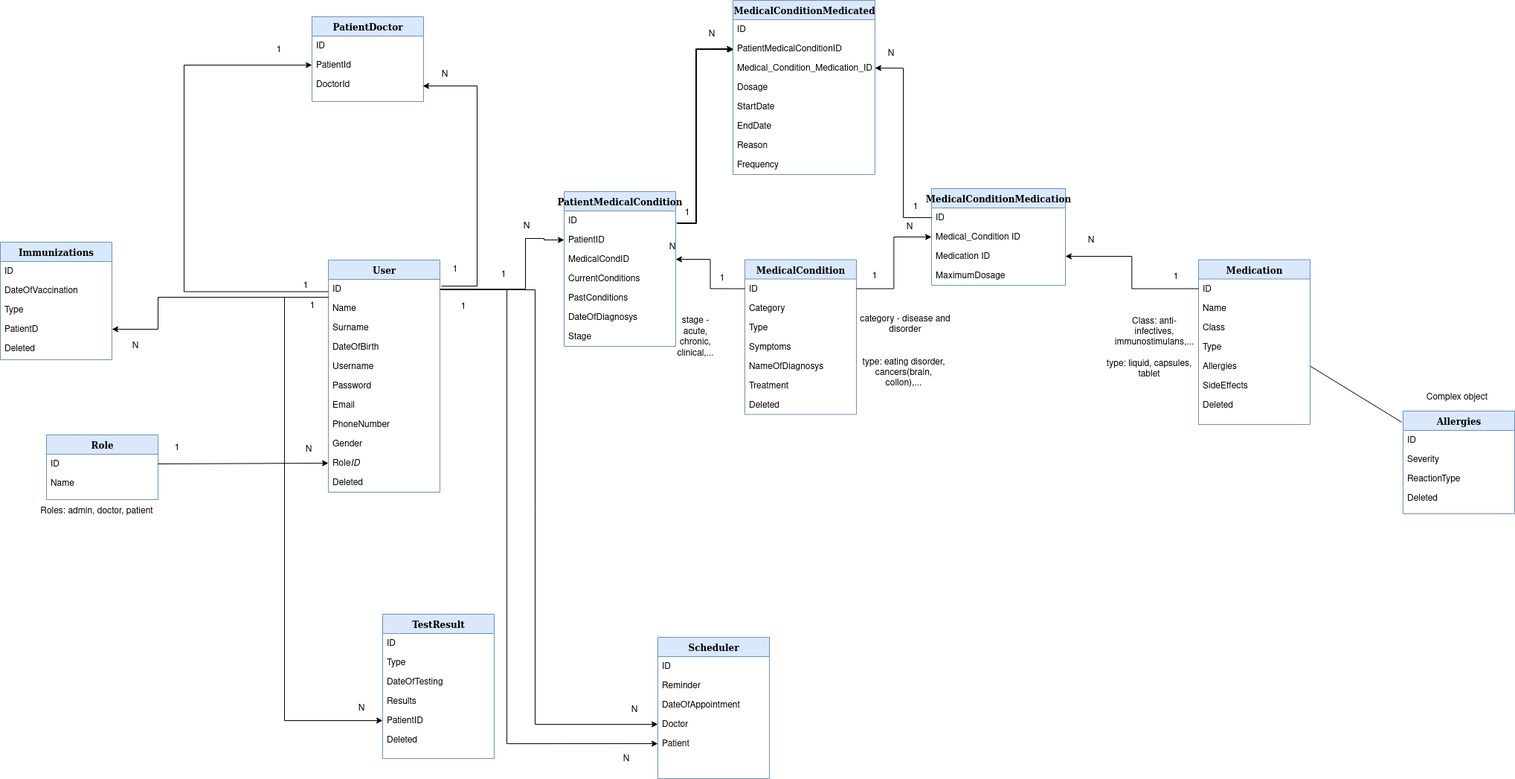
Above: HygieiaDataModel.png in AndelaDujmov/Hygieia (draw.io), before the change. Source tidied: cells renumbered, new cells last; positions are measured from the earlier drawing's top-left corner, leaving out a move shared by most shapes.
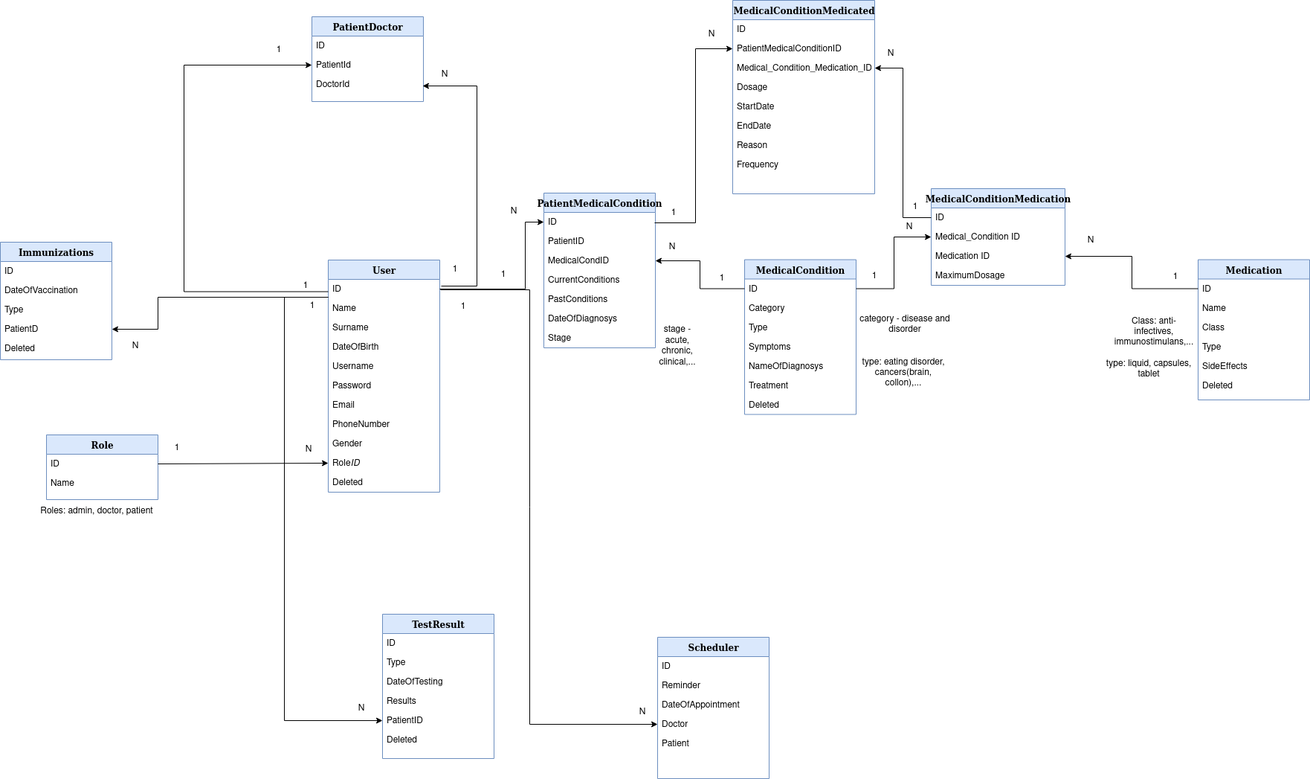
After the commit.

Diff of the diagram source:
```diff
@@ -72,7 +72,7 @@
       <mxGeometry y="182" width="150" height="26" as="geometry" />
     </mxCell>
     <mxCell id="25" value="Medication" style="swimlane;html=1;fontStyle=1;align=center;verticalAlign=top;horizontal=1;startSize=26;swimlaneFillColor=#ffffff;rounded=0;shadow=0;comic=0;labelBackgroundColor=none;strokeWidth=1;fillColor=#dae8fc;fontFamily=Verdana;fontSize=12;strokeColor=#6c8ebf;" parent="1" vertex="1">
-      <mxGeometry x="1611" y="348.5" width="150" height="221.5" as="geometry" />
+      <mxGeometry x="1611" y="348.5" width="150" height="188.5" as="geometry" />
     </mxCell>
     <mxCell id="26" value="ID" style="text;html=1;strokeColor=none;fillColor=none;align=left;verticalAlign=top;spacingLeft=4;spacingRight=4;whiteSpace=wrap;overflow=hidden;points=[[0,0.5],[1,0.5]];portConstraint=eastwest;" parent="25" vertex="1">
       <mxGeometry y="26" width="150" height="26" as="geometry" />
@@ -86,30 +86,12 @@
     <mxCell id="29" value="Type" style="text;html=1;strokeColor=none;fillColor=none;align=left;verticalAlign=top;spacingLeft=4;spacingRight=4;whiteSpace=wrap;overflow=hidden;" parent="25" vertex="1">
       <mxGeometry y="104" width="150" height="26" as="geometry" />
     </mxCell>
-    <mxCell id="30" value="Allergies" style="text;html=1;strokeColor=none;fillColor=none;align=left;verticalAlign=top;spacingLeft=4;spacingRight=4;whiteSpace=wrap;overflow=hidden;points=[[0,0.5],[1,0.5]];portConstraint=eastwest;" parent="25" vertex="1">
-      <mxGeometry y="130" width="150" height="26" as="geometry" />
-    </mxCell>
     <mxCell id="31" value="SideEffects" style="text;html=1;strokeColor=none;fillColor=none;align=left;verticalAlign=top;spacingLeft=4;spacingRight=4;whiteSpace=wrap;overflow=hidden;" parent="25" vertex="1">
-      <mxGeometry y="156" width="150" height="26" as="geometry" />
+      <mxGeometry y="130" width="150" height="26" as="geometry" />
     </mxCell>
     <mxCell id="32" value="Deleted" style="text;html=1;strokeColor=none;fillColor=none;align=left;verticalAlign=top;spacingLeft=4;spacingRight=4;whiteSpace=wrap;overflow=hidden;" parent="25" vertex="1">
-      <mxGeometry y="182" width="150" height="26" as="geometry" />
+      <mxGeometry y="156" width="150" height="26" as="geometry" />
     </mxCell>
-    <mxCell id="33" value="Allergies" style="swimlane;html=1;fontStyle=1;align=center;verticalAlign=top;horizontal=1;startSize=26;swimlaneFillColor=#ffffff;rounded=0;shadow=0;comic=0;labelBackgroundColor=none;strokeWidth=1;fillColor=#dae8fc;fontFamily=Verdana;fontSize=12;strokeColor=#6c8ebf;" parent="1" vertex="1">
-      <mxGeometry x="1886" y="552" width="150" height="138" as="geometry" />
-    </mxCell>
-    <mxCell id="34" value="ID" style="text;html=1;strokeColor=none;fillColor=none;align=left;verticalAlign=top;spacingLeft=4;spacingRight=4;whiteSpace=wrap;overflow=hidden;" parent="33" vertex="1">
-      <mxGeometry y="26" width="150" height="26" as="geometry" />
-    </mxCell>
-    <mxCell id="35" value="Severity" style="text;html=1;strokeColor=none;fillColor=none;align=left;verticalAlign=top;spacingLeft=4;spacingRight=4;whiteSpace=wrap;overflow=hidden;" parent="33" vertex="1">
-      <mxGeometry y="52" width="150" height="26" as="geometry" />
-    </mxCell>
-    <mxCell id="36" value="ReactionType" style="text;html=1;strokeColor=none;fillColor=none;align=left;verticalAlign=top;spacingLeft=4;spacingRight=4;whiteSpace=wrap;overflow=hidden;" parent="33" vertex="1">
-      <mxGeometry y="78" width="150" height="26" as="geometry" />
-    </mxCell>
-    <mxCell id="37" value="Deleted" style="text;html=1;strokeColor=none;fillColor=none;align=left;verticalAlign=top;spacingLeft=4;spacingRight=4;whiteSpace=wrap;overflow=hidden;" parent="33" vertex="1">
-      <mxGeometry y="104" width="150" height="26" as="geometry" />
-    </mxCell>
     <mxCell id="38" value="TestResult" style="swimlane;html=1;fontStyle=1;align=center;verticalAlign=top;horizontal=1;startSize=26;swimlaneFillColor=#ffffff;rounded=0;shadow=0;comic=0;labelBackgroundColor=none;strokeWidth=1;fillColor=#dae8fc;fontFamily=Verdana;fontSize=12;strokeColor=#6c8ebf;" parent="1" vertex="1">
       <mxGeometry x="514" y="825" width="150" height="194" as="geometry" />
     </mxCell>
@@ -150,7 +132,7 @@
       <mxGeometry y="130" width="150" height="26" as="geometry" />
     </mxCell>
     <mxCell id="51" value="PatientMedicalCondition" style="swimlane;html=1;fontStyle=1;align=center;verticalAlign=top;horizontal=1;startSize=26;swimlaneFillColor=#ffffff;rounded=0;shadow=0;comic=0;labelBackgroundColor=none;strokeWidth=1;fillColor=#dae8fc;fontFamily=Verdana;fontSize=12;strokeColor=#6c8ebf;" parent="1" vertex="1">
-      <mxGeometry x="758" y="257" width="150" height="208" as="geometry" />
+      <mxGeometry x="731" y="259" width="150" height="208" as="geometry" />
     </mxCell>
     <mxCell id="52" value="ID" style="text;html=1;strokeColor=none;fillColor=none;align=left;verticalAlign=top;spacingLeft=4;spacingRight=4;whiteSpace=wrap;overflow=hidden;points=[[0,0.5],[1,0.5]];portConstraint=eastwest;" parent="51" vertex="1">
       <mxGeometry y="26" width="150" height="26" as="geometry" />
@@ -173,12 +155,11 @@
     <mxCell id="58" value="Stage" style="text;html=1;strokeColor=none;fillColor=none;align=left;verticalAlign=top;spacingLeft=4;spacingRight=4;whiteSpace=wrap;overflow=hidden;" parent="51" vertex="1">
       <mxGeometry y="182" width="150" height="26" as="geometry" />
     </mxCell>
-    <mxCell id="59" style="endArrow=classic;html=1;rounded=0;exitX=1;exitY=0.5;exitDx=0;exitDy=0;entryX=0;entryY=0.5;entryDx=0;entryDy=0;edgeStyle=orthogonalEdgeStyle;" parent="1" edge="1" source="3" target="53">
+    <mxCell id="59" style="endArrow=classic;html=1;rounded=0;exitX=1;exitY=0.5;exitDx=0;exitDy=0;entryX=0;entryY=0.5;entryDx=0;entryDy=0;edgeStyle=orthogonalEdgeStyle;" parent="1" edge="1" source="3" target="52">
       <mxGeometry relative="1" as="geometry">
         <Array as="points">
           <mxPoint x="706" y="388" />
-          <mxPoint x="706" y="320" />
-          <mxPoint x="731" y="320" />
+          <mxPoint x="706" y="298" />
         </Array>
       </mxGeometry>
     </mxCell>
@@ -199,9 +180,6 @@
         </Array>
       </mxGeometry>
     </mxCell>
-    <mxCell id="62" value="Complex object" style="text;html=1;strokeColor=none;fillColor=none;align=center;verticalAlign=middle;whiteSpace=wrap;rounded=0;" parent="1" vertex="1">
-      <mxGeometry x="1889" y="519" width="140" height="30" as="geometry" />
-    </mxCell>
     <mxCell id="63" value="MedicalConditionMedication" style="swimlane;html=1;fontStyle=1;align=center;verticalAlign=top;horizontal=1;startSize=26;swimlaneFillColor=#ffffff;rounded=0;shadow=0;comic=0;labelBackgroundColor=none;strokeWidth=1;fillColor=#dae8fc;fontFamily=Verdana;fontSize=12;strokeColor=#6c8ebf;" parent="1" vertex="1">
       <mxGeometry x="1252" y="253" width="180" height="130" as="geometry" />
     </mxCell>
@@ -239,7 +217,7 @@
       <mxGeometry x="647" y="354" width="60" height="30" as="geometry" />
     </mxCell>
     <mxCell id="75" value="N" style="text;html=1;strokeColor=none;fillColor=none;align=center;verticalAlign=middle;whiteSpace=wrap;rounded=0;" parent="1" vertex="1">
-      <mxGeometry x="678" y="289" width="60" height="30" as="geometry" />
+      <mxGeometry x="661" y="269" width="60" height="30" as="geometry" />
     </mxCell>
     <mxCell id="76" value="N" style="text;html=1;strokeColor=none;fillColor=none;align=center;verticalAlign=middle;whiteSpace=wrap;rounded=0;" parent="1" vertex="1">
       <mxGeometry x="874" y="317" width="60" height="30" as="geometry" />
@@ -279,9 +257,6 @@
     <mxCell id="86" value="1" style="text;html=1;strokeColor=none;fillColor=none;align=center;verticalAlign=middle;whiteSpace=wrap;rounded=0;" parent="1" vertex="1">
       <mxGeometry x="1551" y="357" width="60" height="30" as="geometry" />
     </mxCell>
-    <mxCell id="87" style="endArrow=none;html=1;rounded=0;exitX=1;exitY=0.5;exitDx=0;exitDy=0;entryX=-0.013;entryY=0.108;entryDx=0;entryDy=0;entryPerimeter=0;" parent="1" edge="1" source="30" target="33">
-      <mxGeometry relative="1" as="geometry" />
-    </mxCell>
     <mxCell id="88" value="Scheduler" style="swimlane;html=1;fontStyle=1;align=center;verticalAlign=top;horizontal=1;startSize=26;swimlaneFillColor=#ffffff;rounded=0;shadow=0;comic=0;labelBackgroundColor=none;strokeWidth=1;fillColor=#dae8fc;fontFamily=Verdana;fontSize=12;strokeColor=#6c8ebf;" parent="1" vertex="1">
       <mxGeometry x="884" y="856" width="150" height="190" as="geometry" />
     </mxCell>
@@ -304,8 +279,6 @@
       <mxGeometry relative="1" as="geometry">
         <mxPoint x="592" y="389" as="sourcePoint" />
         <Array as="points">
-          <mxPoint x="719" y="720" />
-          <mxPoint x="727" y="720" />
           <mxPoint x="712" y="608" />
         </Array>
       </mxGeometry>
@@ -314,7 +287,7 @@
       <mxGeometry x="593" y="397" width="60" height="30" as="geometry" />
     </mxCell>
     <mxCell id="96" value="MedicalConditionMedicated" style="swimlane;html=1;fontStyle=1;align=center;verticalAlign=top;horizontal=1;startSize=26;swimlaneFillColor=#ffffff;rounded=0;shadow=0;comic=0;labelBackgroundColor=none;strokeWidth=1;fillColor=#dae8fc;fontFamily=Verdana;fontSize=12;strokeColor=#6c8ebf;" parent="1" vertex="1">
-      <mxGeometry x="985" width="191" height="234" as="geometry" />
+      <mxGeometry x="985" width="191" height="260" as="geometry" />
     </mxCell>
     <mxCell id="97" value="ID" style="text;html=1;strokeColor=none;fillColor=none;align=left;verticalAlign=top;spacingLeft=4;spacingRight=4;whiteSpace=wrap;overflow=hidden;" parent="96" vertex="1">
       <mxGeometry y="26" width="191" height="26" as="geometry" />
@@ -342,7 +315,7 @@
     </mxCell>
     <mxCell id="105" style="endArrow=classic;html=1;rounded=0;entryX=0;entryY=0.5;entryDx=0;entryDy=0;edgeStyle=orthogonalEdgeStyle;elbow=vertical;" parent="1" edge="1" target="98">
       <mxGeometry relative="1" as="geometry">
-        <mxPoint x="909" y="299" as="sourcePoint" />
+        <mxPoint x="880" y="299" as="sourcePoint" />
         <Array as="points">
           <mxPoint x="935" y="299" />
           <mxPoint x="935" y="65" />
@@ -353,7 +326,7 @@
       <mxGeometry relative="1" as="geometry" />
     </mxCell>
     <mxCell id="107" value="1" style="text;html=1;strokeColor=none;fillColor=none;align=center;verticalAlign=middle;whiteSpace=wrap;rounded=0;" parent="1" vertex="1">
-      <mxGeometry x="894" y="271" width="60" height="30" as="geometry" />
+      <mxGeometry x="876" y="271" width="60" height="30" as="geometry" />
     </mxCell>
     <mxCell id="108" value="N" style="text;html=1;strokeColor=none;fillColor=none;align=center;verticalAlign=middle;whiteSpace=wrap;rounded=0;" parent="1" vertex="1">
       <mxGeometry x="927" y="31" width="60" height="30" as="geometry" />
@@ -368,10 +341,10 @@
       <mxGeometry x="1152" y="417" width="130" height="38" as="geometry" />
     </mxCell>
     <mxCell id="112" value="stage - acute, chronic, clinical,..." style="text;html=1;strokeColor=none;fillColor=none;align=center;verticalAlign=middle;whiteSpace=wrap;rounded=0;" parent="1" vertex="1">
-      <mxGeometry x="911" y="438" width="48" height="30" as="geometry" />
+      <mxGeometry x="887" y="450" width="48" height="30" as="geometry" />
     </mxCell>
     <mxCell id="113" value="N" style="text;html=1;strokeColor=none;fillColor=none;align=center;verticalAlign=middle;whiteSpace=wrap;rounded=0;" parent="1" vertex="1">
-      <mxGeometry x="778" y="939" width="150" height="30" as="geometry" />
+      <mxGeometry x="789" y="942" width="150" height="30" as="geometry" />
     </mxCell>
     <mxCell id="114" value="type: eating disorder, cancers(brain, collon),..." style="text;html=1;strokeColor=none;fillColor=none;align=center;verticalAlign=middle;whiteSpace=wrap;rounded=0;" parent="1" vertex="1">
       <mxGeometry x="1155" y="473" width="120" height="55" as="geometry" />
@@ -418,26 +391,5 @@
         </Array>
       </mxGeometry>
     </mxCell>
-    <mxCell id="126" style="endArrow=classic;html=1;rounded=0;exitX=1;exitY=0.5;exitDx=0;exitDy=0;entryX=0;entryY=0.5;entryDx=0;entryDy=0;edgeStyle=orthogonalEdgeStyle;" parent="1" edge="1" source="3" target="93">
-      <mxGeometry relative="1" as="geometry">
-        <Array as="points">
-          <mxPoint x="681" y="388" />
-          <mxPoint x="681" y="999" />
-        </Array>
-      </mxGeometry>
-    </mxCell>
-    <mxCell id="127" value="N" style="text;html=1;strokeColor=none;fillColor=none;align=center;verticalAlign=middle;whiteSpace=wrap;rounded=0;" parent="1" vertex="1">
-      <mxGeometry x="767" y="1005" width="150" height="30" as="geometry" />
-    </mxCell>
-    <mxCell id="128" style="endArrow=classic;html=1;rounded=0;entryX=0;entryY=0.5;entryDx=0;entryDy=0;edgeStyle=orthogonalEdgeStyle;elbow=vertical;" parent="1" edge="1">
-      <mxGeometry relative="1" as="geometry">
-        <mxPoint x="910" y="300" as="sourcePoint" />
-        <mxPoint x="986" y="66" as="targetPoint" />
-        <Array as="points">
-          <mxPoint x="936" y="300" />
-          <mxPoint x="936" y="66" />
-        </Array>
-      </mxGeometry>
-    </mxCell>
   </root>
 </mxGraphModel>
```
